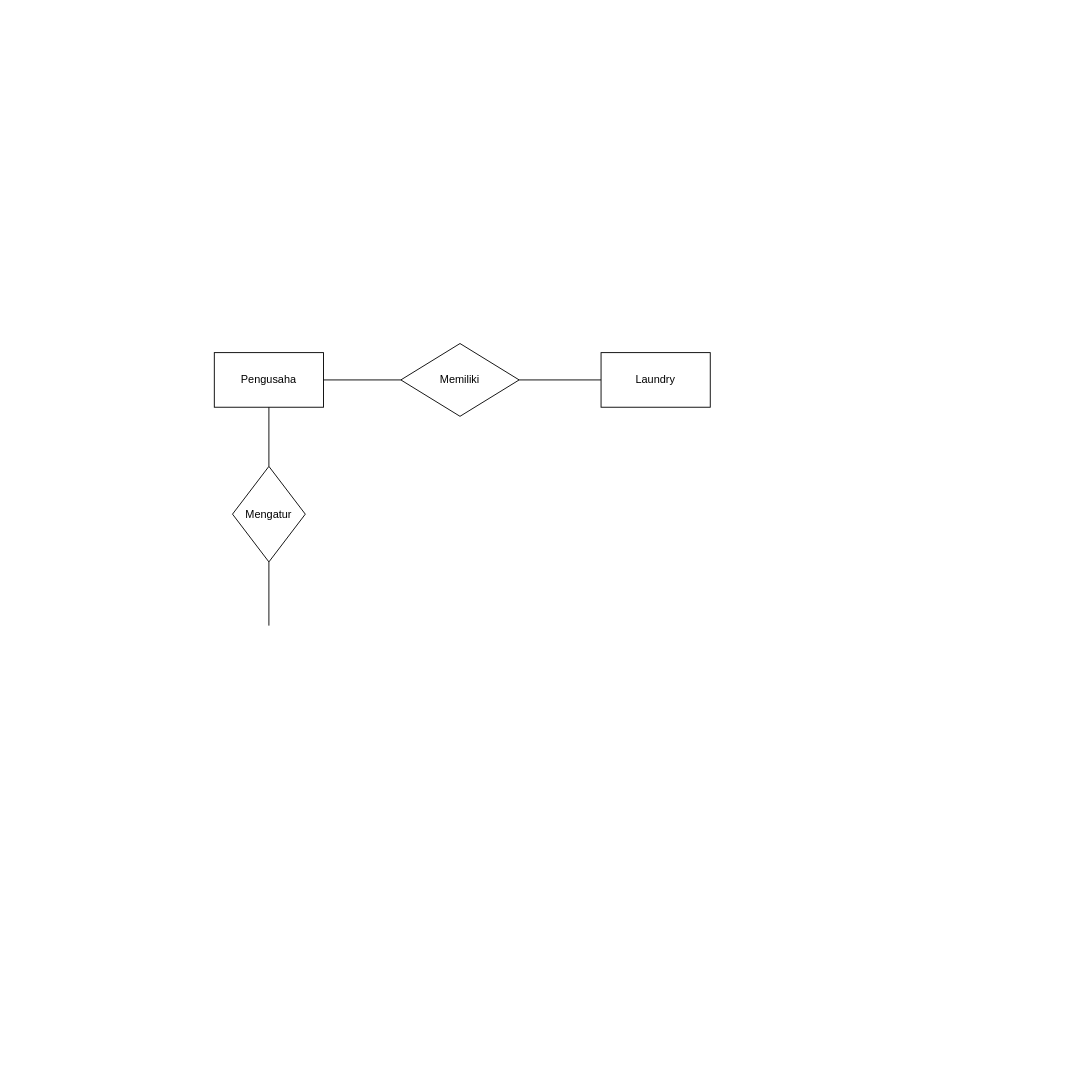
This is Untitled Diagram.drawio from alifmaulanarizqi/proyek-pengelolaan-laundry-online, a draw.io file, before an edit. Source tidied: cells renumbered, new cells numbered last; positions are measured from the earlier drawing's top-left corner, leaving out a move shared by most shapes. Both pictures are drawn from the tidied source at 91%, with x=0, y=0 at pixel (214, 343).
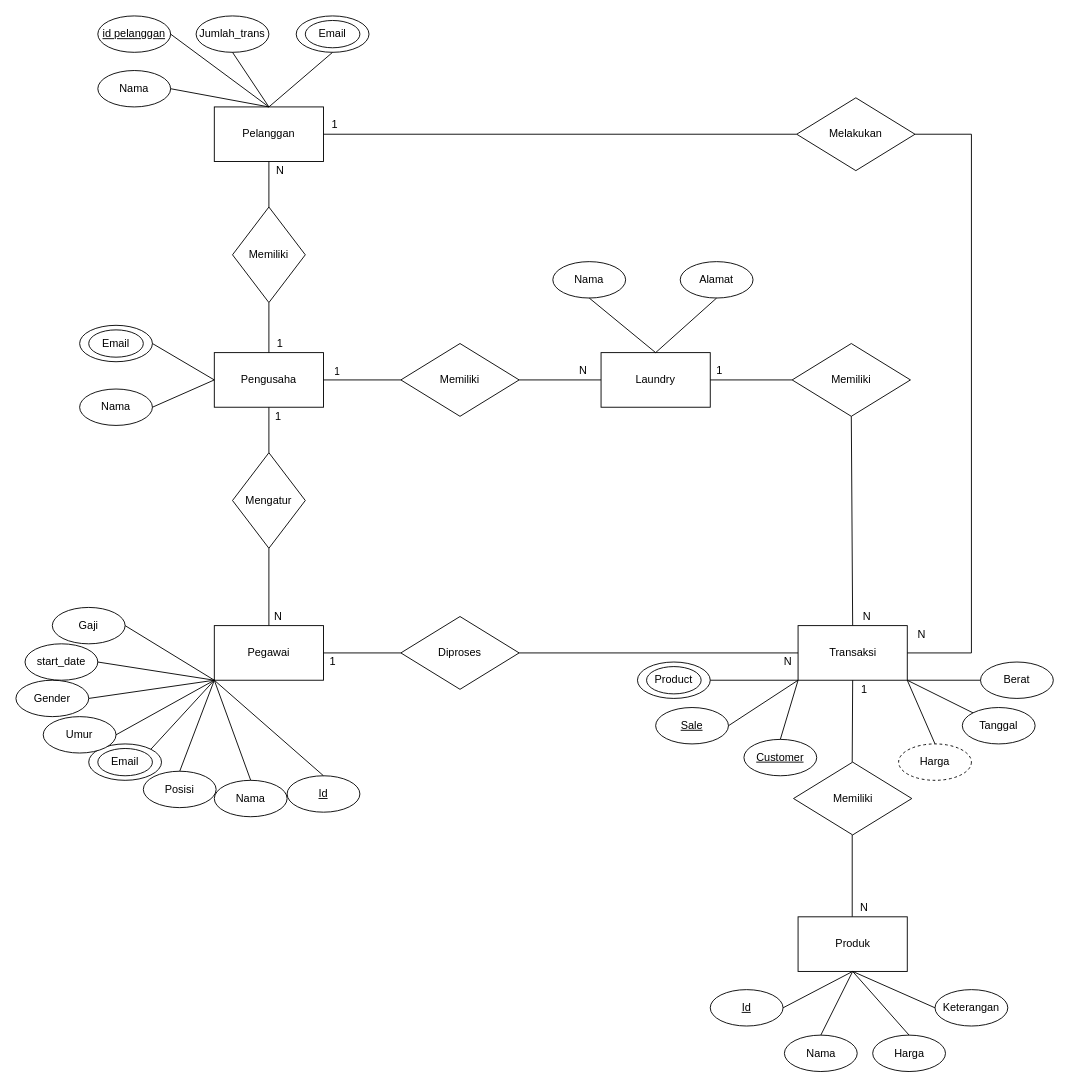
After the change.

Unchanged cells that the change refers to:
```xml
<mxCell id="3" value="Pengusaha" style="whiteSpace=wrap;html=1;" parent="1" vertex="1">
  <mxGeometry y="10" width="120" height="60" as="geometry" />
</mxCell>
<mxCell id="4" style="endArrow=none;html=1;entryX=0;entryY=0.5;entryDx=0;entryDy=0;exitX=1;exitY=0.5;exitDx=0;exitDy=0;" parent="1" edge="1" source="3" target="2">
  <mxGeometry relative="1" as="geometry" />
</mxCell>
<mxCell id="5" value="Laundry" style="rounded=0;whiteSpace=wrap;html=1;" parent="1" vertex="1">
  <mxGeometry x="425" y="10" width="120" height="60" as="geometry" />
</mxCell>
```

Change to the diagram source:
```diff
@@
+    <mxCell id="10" value="1" style="edgeLabel;html=1;align=center;verticalAlign=middle;" parent="4" vertex="1">
+      <mxGeometry x="-0.68" y="-2" relative="1" as="geometry">
+        <mxPoint y="-12" as="offset" />
+      </mxGeometry>
+    </mxCell>
@@
-    <mxCell id="6" style="endArrow=none;html=1;exitX=0.5;exitY=1;exitDx=0;exitDy=0;" parent="1" edge="1" source="3" target="8">
+    <mxCell id="6" style="endArrow=none;html=1;exitX=0.5;exitY=1;exitDx=0;exitDy=0;entryX=0.5;entryY=0;entryDx=0;entryDy=0;" parent="1" edge="1" source="3" target="8">
       <mxGeometry relative="1" as="geometry" />
     </mxCell>
@@
     <mxCell id="8" value="Mengatur" style="rhombus;whiteSpace=wrap;html=1;" parent="1" vertex="1">
-      <mxGeometry x="20" y="135" width="80" height="105" as="geometry" />
+      <mxGeometry x="20" y="120" width="80" height="105" as="geometry" />
     </mxCell>
-    <mxCell id="9" style="endArrow=none;html=1;entryX=0.5;entryY=1;entryDx=0;entryDy=0;" parent="1" edge="1" target="8">
+    <mxCell id="9" style="endArrow=none;html=1;entryX=0.5;entryY=1;entryDx=0;entryDy=0;exitX=0.5;exitY=0;exitDx=0;exitDy=0;" parent="1" edge="1" target="8">
       <mxGeometry relative="1" as="geometry">
         <mxPoint x="60" y="310" as="sourcePoint" />
       </mxGeometry>
     </mxCell>
+    <mxCell id="11" value="Pegawai" style="rounded=0;whiteSpace=wrap;html=1;" parent="1" vertex="1">
+      <mxGeometry y="310" width="120" height="60" as="geometry" />
+    </mxCell>
+    <mxCell id="12" style="endArrow=none;html=1;entryX=0;entryY=0.5;entryDx=0;entryDy=0;exitX=1;exitY=0.5;exitDx=0;exitDy=0;" parent="1" edge="1" source="5">
+      <mxGeometry relative="1" as="geometry">
+        <mxPoint x="635" y="40" as="targetPoint" />
+      </mxGeometry>
+    </mxCell>
+    <mxCell id="13" value="Memiliki" style="rhombus;whiteSpace=wrap;html=1;" parent="1" vertex="1">
+      <mxGeometry x="635" width="130" height="80" as="geometry" />
+    </mxCell>
+    <mxCell id="14" style="endArrow=none;html=1;entryX=0.5;entryY=1;entryDx=0;entryDy=0;exitX=0.5;exitY=0;exitDx=0;exitDy=0;" parent="1" edge="1" source="15" target="13">
+      <mxGeometry relative="1" as="geometry" />
+    </mxCell>
+    <mxCell id="15" value="Transaksi" style="rounded=0;whiteSpace=wrap;html=1;" parent="1" vertex="1">
+      <mxGeometry x="641.5" y="310" width="120" height="60" as="geometry" />
+    </mxCell>
+    <mxCell id="16" value="N" style="text;html=1;align=center;verticalAlign=middle;" parent="1" vertex="1">
+      <mxGeometry x="395" y="20" width="20" height="20" as="geometry" />
+    </mxCell>
+    <mxCell id="17" value="1" style="text;html=1;align=center;verticalAlign=middle;" parent="1" vertex="1">
+      <mxGeometry x="545" y="20" width="20" height="20" as="geometry" />
+    </mxCell>
+    <mxCell id="18" value="N" style="text;html=1;align=center;verticalAlign=middle;" parent="1" vertex="1">
+      <mxGeometry x="706.5" y="290" width="20" height="20" as="geometry" />
+    </mxCell>
+    <mxCell id="19" value="1" style="text;html=1;align=center;verticalAlign=middle;" parent="1" vertex="1">
+      <mxGeometry x="60" y="70" width="20" height="20" as="geometry" />
+    </mxCell>
+    <mxCell id="20" value="N" style="text;html=1;align=center;verticalAlign=middle;" parent="1" vertex="1">
+      <mxGeometry x="60" y="290" width="20" height="20" as="geometry" />
+    </mxCell>
+    <mxCell id="21" value="Memiliki" style="rhombus;whiteSpace=wrap;html=1;" parent="1" vertex="1">
+      <mxGeometry x="20" y="-150" width="80" height="105" as="geometry" />
+    </mxCell>
+    <mxCell id="22" style="endArrow=none;html=1;entryX=0.5;entryY=0;entryDx=0;entryDy=0;exitX=0.5;exitY=1;exitDx=0;exitDy=0;" parent="1" edge="1" source="21" target="3">
+      <mxGeometry relative="1" as="geometry" />
+    </mxCell>
+    <mxCell id="23" style="endArrow=none;html=1;exitX=0.5;exitY=0;exitDx=0;exitDy=0;entryX=0.5;entryY=0;entryDx=0;entryDy=0;" parent="1" edge="1" source="24" target="21">
+      <mxGeometry relative="1" as="geometry" />
+    </mxCell>
+    <mxCell id="24" value="Pelanggan" style="rounded=0;whiteSpace=wrap;html=1;" parent="1" vertex="1">
+      <mxGeometry y="-260" width="120" height="60" as="geometry" />
+    </mxCell>
+    <mxCell id="25" value="1" style="text;html=1;align=center;verticalAlign=middle;" parent="1" vertex="1">
+      <mxGeometry x="62" y="-10" width="20" height="20" as="geometry" />
+    </mxCell>
+    <mxCell id="26" value="N" style="text;html=1;align=center;verticalAlign=middle;" parent="1" vertex="1">
+      <mxGeometry x="766.5" y="310" width="20" height="20" as="geometry" />
+    </mxCell>
+    <mxCell id="27" value="Memiliki" style="rhombus;whiteSpace=wrap;html=1;" parent="1" vertex="1">
+      <mxGeometry x="636.5" y="460" width="130" height="80" as="geometry" />
+    </mxCell>
+    <mxCell id="28" style="endArrow=none;html=1;exitX=0.5;exitY=0;exitDx=0;exitDy=0;" parent="1" edge="1">
+      <mxGeometry relative="1" as="geometry">
+        <mxPoint x="701" y="460" as="sourcePoint" />
+        <mxPoint x="701.5" y="370" as="targetPoint" />
+      </mxGeometry>
+    </mxCell>
+    <mxCell id="29" value="1" style="text;html=1;align=center;verticalAlign=middle;" parent="1" vertex="1">
+      <mxGeometry x="703.5" y="370" width="20" height="20" as="geometry" />
+    </mxCell>
+    <mxCell id="30" style="endArrow=none;html=1;entryX=0.5;entryY=1;entryDx=0;entryDy=0;exitX=0.5;exitY=0;exitDx=0;exitDy=0;" parent="1" edge="1">
+      <mxGeometry relative="1" as="geometry">
+        <mxPoint x="701" y="630" as="sourcePoint" />
+        <mxPoint x="701" y="540" as="targetPoint" />
+      </mxGeometry>
+    </mxCell>
+    <mxCell id="31" value="Produk" style="rounded=0;whiteSpace=wrap;html=1;" parent="1" vertex="1">
+      <mxGeometry x="641.5" y="630" width="120" height="60" as="geometry" />
+    </mxCell>
+    <mxCell id="32" value="N" style="text;html=1;align=center;verticalAlign=middle;" parent="1" vertex="1">
+      <mxGeometry x="703.5" y="610" width="20" height="20" as="geometry" />
+    </mxCell>
+    <mxCell id="33" value="Diproses" style="rhombus;whiteSpace=wrap;html=1;" parent="1" vertex="1">
+      <mxGeometry x="205" y="300" width="130" height="80" as="geometry" />
+    </mxCell>
+    <mxCell id="34" value="Melakukan" style="rhombus;whiteSpace=wrap;html=1;" parent="1" vertex="1">
+      <mxGeometry x="640" y="-270" width="130" height="80" as="geometry" />
+    </mxCell>
+    <mxCell id="35" style="endArrow=none;html=1;exitX=1;exitY=0.5;exitDx=0;exitDy=0;" parent="1" edge="1" source="34">
+      <mxGeometry relative="1" as="geometry">
+        <mxPoint x="832" y="-230" as="targetPoint" />
+      </mxGeometry>
+    </mxCell>
+    <mxCell id="36" style="endArrow=none;html=1;entryX=0;entryY=0.5;entryDx=0;entryDy=0;exitX=1;exitY=0.5;exitDx=0;exitDy=0;" parent="1" edge="1" source="24" target="34">
+      <mxGeometry relative="1" as="geometry" />
+    </mxCell>
+    <mxCell id="37" style="endArrow=none;html=1;entryX=0;entryY=0.5;entryDx=0;entryDy=0;exitX=1;exitY=0.5;exitDx=0;exitDy=0;" parent="1" edge="1" source="33" target="15">
+      <mxGeometry relative="1" as="geometry" />
+    </mxCell>
+    <mxCell id="38" style="endArrow=none;html=1;entryX=0;entryY=0.5;entryDx=0;entryDy=0;exitX=1;exitY=0.5;exitDx=0;exitDy=0;" parent="1" edge="1" source="11" target="33">
+      <mxGeometry relative="1" as="geometry" />
+    </mxCell>
+    <mxCell id="39" value="1" style="text;html=1;align=center;verticalAlign=middle;" parent="1" vertex="1">
+      <mxGeometry x="122" y="-250" width="20" height="20" as="geometry" />
+    </mxCell>
+    <mxCell id="40" value="N" style="text;html=1;align=center;verticalAlign=middle;" parent="1" vertex="1">
+      <mxGeometry x="62" y="-200" width="20" height="20" as="geometry" />
+    </mxCell>
+    <mxCell id="41" value="N" style="text;html=1;align=center;verticalAlign=middle;" parent="1" vertex="1">
+      <mxGeometry x="620" y="340" width="20" height="20" as="geometry" />
+    </mxCell>
+    <mxCell id="42" value="1" style="text;html=1;align=center;verticalAlign=middle;" parent="1" vertex="1">
+      <mxGeometry x="120" y="340" width="20" height="20" as="geometry" />
+    </mxCell>
+    <mxCell id="43" style="endArrow=none;html=1;exitX=1;exitY=0.5;exitDx=0;exitDy=0;" parent="1" edge="1" source="15">
+      <mxGeometry relative="1" as="geometry">
+        <mxPoint x="832" y="340" as="targetPoint" />
+      </mxGeometry>
+    </mxCell>
+    <mxCell id="44" style="endArrow=none;html=1;" parent="1" edge="1">
+      <mxGeometry relative="1" as="geometry">
+        <mxPoint x="832" y="340" as="sourcePoint" />
+        <mxPoint x="832" y="-230" as="targetPoint" />
+      </mxGeometry>
+    </mxCell>
+    <mxCell id="45" style="ellipse;whiteSpace=wrap;html=1;" parent="1" vertex="1">
+      <mxGeometry x="-148" y="-20" width="80" height="40" as="geometry" />
+    </mxCell>
+    <mxCell id="46" value="Nama" style="ellipse;whiteSpace=wrap;html=1;" parent="1" vertex="1">
+      <mxGeometry x="-148" y="50" width="80" height="40" as="geometry" />
+    </mxCell>
+    <mxCell id="47" style="endArrow=none;html=1;entryX=0;entryY=0.5;entryDx=0;entryDy=0;exitX=1;exitY=0.5;exitDx=0;exitDy=0;" parent="1" edge="1" source="46" target="3">
+      <mxGeometry relative="1" as="geometry" />
+    </mxCell>
+    <mxCell id="48" style="endArrow=none;html=1;entryX=0;entryY=0.5;entryDx=0;entryDy=0;exitX=1;exitY=0.5;exitDx=0;exitDy=0;" parent="1" edge="1" source="45" target="3">
+      <mxGeometry relative="1" as="geometry" />
+    </mxCell>
+    <mxCell id="49" value="&lt;u&gt;id pelanggan&lt;/u&gt;" style="ellipse;whiteSpace=wrap;html=1;" parent="1" vertex="1">
+      <mxGeometry x="-128" y="-360" width="80" height="40" as="geometry" />
+    </mxCell>
+    <mxCell id="50" value="Nama" style="ellipse;whiteSpace=wrap;html=1;" parent="1" vertex="1">
+      <mxGeometry x="-128" y="-300" width="80" height="40" as="geometry" />
+    </mxCell>
+    <mxCell id="51" value="Jumlah_trans" style="ellipse;whiteSpace=wrap;html=1;" parent="1" vertex="1">
+      <mxGeometry x="-20" y="-360" width="80" height="40" as="geometry" />
+    </mxCell>
+    <mxCell id="52" style="ellipse;whiteSpace=wrap;html=1;" parent="1" vertex="1">
+      <mxGeometry x="90" y="-360" width="80" height="40" as="geometry" />
+    </mxCell>
+    <mxCell id="53" value="Email" style="ellipse;whiteSpace=wrap;html=1;" parent="1" vertex="1">
+      <mxGeometry x="100" y="-355" width="60" height="30" as="geometry" />
+    </mxCell>
+    <mxCell id="54" value="Email" style="ellipse;whiteSpace=wrap;html=1;" parent="1" vertex="1">
+      <mxGeometry x="-138" y="-15" width="60" height="30" as="geometry" />
+    </mxCell>
+    <mxCell id="55" style="endArrow=none;html=1;entryX=1;entryY=0.5;entryDx=0;entryDy=0;exitX=0.5;exitY=0;exitDx=0;exitDy=0;" parent="1" edge="1" source="24" target="50">
+      <mxGeometry relative="1" as="geometry" />
+    </mxCell>
+    <mxCell id="56" style="endArrow=none;html=1;entryX=1;entryY=0.5;entryDx=0;entryDy=0;exitX=0.5;exitY=0;exitDx=0;exitDy=0;" parent="1" edge="1" source="24" target="49">
+      <mxGeometry relative="1" as="geometry" />
+    </mxCell>
+    <mxCell id="57" style="endArrow=none;html=1;entryX=0.5;entryY=0;entryDx=0;entryDy=0;exitX=0.5;exitY=1;exitDx=0;exitDy=0;" parent="1" edge="1" source="51" target="24">
+      <mxGeometry relative="1" as="geometry" />
+    </mxCell>
+    <mxCell id="58" style="endArrow=none;html=1;entryX=0.5;entryY=0;entryDx=0;entryDy=0;exitX=0.5;exitY=1;exitDx=0;exitDy=0;" parent="1" edge="1" source="52" target="24">
+      <mxGeometry relative="1" as="geometry" />
+    </mxCell>
+    <mxCell id="59" value="Nama" style="ellipse;whiteSpace=wrap;html=1;" parent="1" vertex="1">
+      <mxGeometry x="372" y="-90" width="80" height="40" as="geometry" />
+    </mxCell>
+    <mxCell id="60" value="Alamat" style="ellipse;whiteSpace=wrap;html=1;" parent="1" vertex="1">
+      <mxGeometry x="512" y="-90" width="80" height="40" as="geometry" />
+    </mxCell>
+    <mxCell id="61" style="endArrow=none;html=1;entryX=0.5;entryY=0;entryDx=0;entryDy=0;exitX=0.5;exitY=1;exitDx=0;exitDy=0;" parent="1" edge="1" source="59" target="5">
+      <mxGeometry relative="1" as="geometry" />
+    </mxCell>
+    <mxCell id="62" style="endArrow=none;html=1;entryX=0.5;entryY=0;entryDx=0;entryDy=0;exitX=0.5;exitY=1;exitDx=0;exitDy=0;" parent="1" edge="1" source="60" target="5">
+      <mxGeometry relative="1" as="geometry" />
+    </mxCell>
+    <mxCell id="63" value="&lt;u&gt;Sale&lt;/u&gt;" style="ellipse;whiteSpace=wrap;html=1;" parent="1" vertex="1">
+      <mxGeometry x="485" y="400" width="80" height="40" as="geometry" />
+    </mxCell>
+    <mxCell id="64" style="ellipse;whiteSpace=wrap;html=1;" parent="1" vertex="1">
+      <mxGeometry x="465" y="350" width="80" height="40" as="geometry" />
+    </mxCell>
+    <mxCell id="65" value="Product" style="ellipse;whiteSpace=wrap;html=1;" parent="1" vertex="1">
+      <mxGeometry x="475" y="355" width="60" height="30" as="geometry" />
+    </mxCell>
+    <mxCell id="66" value="&lt;u&gt;Customer&lt;/u&gt;" style="ellipse;whiteSpace=wrap;html=1;" parent="1" vertex="1">
+      <mxGeometry x="582" y="435" width="80" height="40" as="geometry" />
+    </mxCell>
+    <mxCell id="67" value="Berat" style="ellipse;whiteSpace=wrap;html=1;" parent="1" vertex="1">
+      <mxGeometry x="842" y="350" width="80" height="40" as="geometry" />
+    </mxCell>
+    <mxCell id="68" value="Tanggal" style="ellipse;whiteSpace=wrap;html=1;" parent="1" vertex="1">
+      <mxGeometry x="822" y="400" width="80" height="40" as="geometry" />
+    </mxCell>
+    <mxCell id="69" value="Harga" style="ellipse;whiteSpace=wrap;html=1;dashed=1;" parent="1" vertex="1">
+      <mxGeometry x="752" y="440" width="80" height="40" as="geometry" />
+    </mxCell>
+    <mxCell id="70" style="endArrow=none;html=1;entryX=0;entryY=1;entryDx=0;entryDy=0;exitX=1;exitY=0.5;exitDx=0;exitDy=0;" parent="1" edge="1" source="64" target="15">
+      <mxGeometry relative="1" as="geometry" />
+    </mxCell>
+    <mxCell id="71" style="endArrow=none;html=1;entryX=0;entryY=1;entryDx=0;entryDy=0;exitX=1;exitY=0.5;exitDx=0;exitDy=0;" parent="1" edge="1" source="63" target="15">
+      <mxGeometry relative="1" as="geometry" />
+    </mxCell>
+    <mxCell id="72" style="endArrow=none;html=1;entryX=0;entryY=1;entryDx=0;entryDy=0;exitX=0.5;exitY=0;exitDx=0;exitDy=0;" parent="1" edge="1" source="66" target="15">
+      <mxGeometry relative="1" as="geometry" />
+    </mxCell>
+    <mxCell id="73" style="endArrow=none;html=1;entryX=1;entryY=1;entryDx=0;entryDy=0;exitX=0.5;exitY=0;exitDx=0;exitDy=0;" parent="1" edge="1" source="69" target="15">
+      <mxGeometry relative="1" as="geometry" />
+    </mxCell>
+    <mxCell id="74" style="endArrow=none;html=1;entryX=1;entryY=1;entryDx=0;entryDy=0;exitX=0;exitY=0;exitDx=0;exitDy=0;" parent="1" edge="1" source="68" target="15">
+      <mxGeometry relative="1" as="geometry" />
+    </mxCell>
+    <mxCell id="75" style="endArrow=none;html=1;entryX=1;entryY=1;entryDx=0;entryDy=0;exitX=0;exitY=0.5;exitDx=0;exitDy=0;" parent="1" edge="1" source="67" target="15">
+      <mxGeometry relative="1" as="geometry" />
+    </mxCell>
+    <mxCell id="76" value="&lt;u&gt;Id&lt;/u&gt;" style="ellipse;whiteSpace=wrap;html=1;" parent="1" vertex="1">
+      <mxGeometry x="545" y="710" width="80" height="40" as="geometry" />
+    </mxCell>
+    <mxCell id="77" value="Nama" style="ellipse;whiteSpace=wrap;html=1;" parent="1" vertex="1">
+      <mxGeometry x="626.5" y="760" width="80" height="40" as="geometry" />
+    </mxCell>
+    <mxCell id="78" value="Harga" style="ellipse;whiteSpace=wrap;html=1;" parent="1" vertex="1">
+      <mxGeometry x="723.5" y="760" width="80" height="40" as="geometry" />
+    </mxCell>
+    <mxCell id="79" value="Keterangan" style="ellipse;whiteSpace=wrap;html=1;" parent="1" vertex="1">
+      <mxGeometry x="792" y="710" width="80" height="40" as="geometry" />
+    </mxCell>
+    <mxCell id="80" style="endArrow=none;html=1;entryX=1;entryY=0.5;entryDx=0;entryDy=0;exitX=0.5;exitY=1;exitDx=0;exitDy=0;" parent="1" edge="1" source="31" target="76">
+      <mxGeometry relative="1" as="geometry" />
+    </mxCell>
+    <mxCell id="81" style="endArrow=none;html=1;entryX=0.5;entryY=0;entryDx=0;entryDy=0;exitX=0.5;exitY=1;exitDx=0;exitDy=0;" parent="1" edge="1" source="31" target="77">
+      <mxGeometry relative="1" as="geometry" />
+    </mxCell>
+    <mxCell id="82" style="endArrow=none;html=1;entryX=0.5;entryY=1;entryDx=0;entryDy=0;exitX=0.5;exitY=0;exitDx=0;exitDy=0;" parent="1" edge="1" source="78" target="31">
+      <mxGeometry relative="1" as="geometry" />
+    </mxCell>
+    <mxCell id="83" style="endArrow=none;html=1;entryX=0;entryY=0.5;entryDx=0;entryDy=0;exitX=0.5;exitY=1;exitDx=0;exitDy=0;" parent="1" edge="1" source="31" target="79">
+      <mxGeometry relative="1" as="geometry" />
+    </mxCell>
+    <mxCell id="84" value="&lt;u&gt;Id&lt;/u&gt;" style="ellipse;whiteSpace=wrap;html=1;" parent="1" vertex="1">
+      <mxGeometry x="80" y="475" width="80" height="40" as="geometry" />
+    </mxCell>
+    <mxCell id="85" value="Nama" style="ellipse;whiteSpace=wrap;html=1;" parent="1" vertex="1">
+      <mxGeometry y="480" width="80" height="40" as="geometry" />
+    </mxCell>
+    <mxCell id="86" value="Posisi" style="ellipse;whiteSpace=wrap;html=1;" parent="1" vertex="1">
+      <mxGeometry x="-78" y="470" width="80" height="40" as="geometry" />
+    </mxCell>
+    <mxCell id="87" style="ellipse;whiteSpace=wrap;html=1;" parent="1" vertex="1">
+      <mxGeometry x="-138" y="440" width="80" height="40" as="geometry" />
+    </mxCell>
+    <mxCell id="88" value="Umur" style="ellipse;whiteSpace=wrap;html=1;" parent="1" vertex="1">
+      <mxGeometry x="-188" y="410" width="80" height="40" as="geometry" />
+    </mxCell>
+    <mxCell id="89" value="Gender" style="ellipse;whiteSpace=wrap;html=1;" parent="1" vertex="1">
+      <mxGeometry x="-218" y="370" width="80" height="40" as="geometry" />
+    </mxCell>
+    <mxCell id="90" value="start_date" style="ellipse;whiteSpace=wrap;html=1;" parent="1" vertex="1">
+      <mxGeometry x="-208" y="330" width="80" height="40" as="geometry" />
+    </mxCell>
+    <mxCell id="91" value="Gaji" style="ellipse;whiteSpace=wrap;html=1;" parent="1" vertex="1">
+      <mxGeometry x="-178" y="290" width="80" height="40" as="geometry" />
+    </mxCell>
+    <mxCell id="92" value="Email" style="ellipse;whiteSpace=wrap;html=1;" parent="1" vertex="1">
+      <mxGeometry x="-128" y="445" width="60" height="30" as="geometry" />
+    </mxCell>
+    <mxCell id="93" style="endArrow=none;html=1;entryX=0;entryY=1;entryDx=0;entryDy=0;exitX=0.5;exitY=0;exitDx=0;exitDy=0;" parent="1" edge="1" source="84" target="11">
+      <mxGeometry relative="1" as="geometry" />
+    </mxCell>
+    <mxCell id="94" style="endArrow=none;html=1;entryX=0;entryY=1;entryDx=0;entryDy=0;exitX=0.5;exitY=0;exitDx=0;exitDy=0;" parent="1" edge="1" source="85" target="11">
+      <mxGeometry relative="1" as="geometry" />
+    </mxCell>
+    <mxCell id="95" style="endArrow=none;html=1;entryX=0;entryY=1;entryDx=0;entryDy=0;exitX=0.5;exitY=0;exitDx=0;exitDy=0;" parent="1" edge="1" source="86" target="11">
+      <mxGeometry relative="1" as="geometry" />
+    </mxCell>
+    <mxCell id="96" style="endArrow=none;html=1;entryX=0;entryY=1;entryDx=0;entryDy=0;exitX=1;exitY=0;exitDx=0;exitDy=0;" parent="1" edge="1" source="87" target="11">
+      <mxGeometry relative="1" as="geometry" />
+    </mxCell>
+    <mxCell id="97" style="endArrow=none;html=1;entryX=0;entryY=1;entryDx=0;entryDy=0;exitX=1;exitY=0.5;exitDx=0;exitDy=0;" parent="1" edge="1" source="88" target="11">
+      <mxGeometry relative="1" as="geometry" />
+    </mxCell>
+    <mxCell id="98" style="endArrow=none;html=1;entryX=0;entryY=1;entryDx=0;entryDy=0;exitX=1;exitY=0.5;exitDx=0;exitDy=0;" parent="1" edge="1" source="89" target="11">
+      <mxGeometry relative="1" as="geometry" />
+    </mxCell>
+    <mxCell id="99" style="endArrow=none;html=1;entryX=0;entryY=1;entryDx=0;entryDy=0;exitX=1;exitY=0.5;exitDx=0;exitDy=0;" parent="1" edge="1" source="90" target="11">
+      <mxGeometry relative="1" as="geometry" />
+    </mxCell>
+    <mxCell id="100" style="endArrow=none;html=1;entryX=0;entryY=1;entryDx=0;entryDy=0;exitX=1;exitY=0.5;exitDx=0;exitDy=0;" parent="1" edge="1" source="91" target="11">
+      <mxGeometry relative="1" as="geometry" />
+    </mxCell>
```
